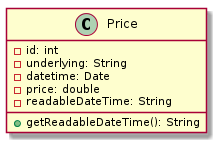
This is elmma/elmma-model/diagrams/de.elmma.model.Price.png from swillrich/eimma, a PlantUML export, as it was before one commit.
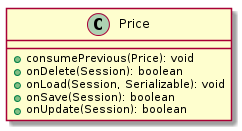
Above is the later version.

Diff of the diagram source:
```diff
@@ -2,12 +2,11 @@
 
     class Price {
         [[../../../de/elmma/model/Price.html]]
-        -id: int
-        -underlying: String
-        -datetime: Date
-        -price: double
-        -readableDateTime: String
-        +getReadableDateTime(): String
+        +consumePrevious(Price): void
+        +onDelete(Session): boolean
+        +onLoad(Session, Serializable): void
+        +onSave(Session): boolean
+        +onUpdate(Session): boolean
     }
 
 @enduml
```
